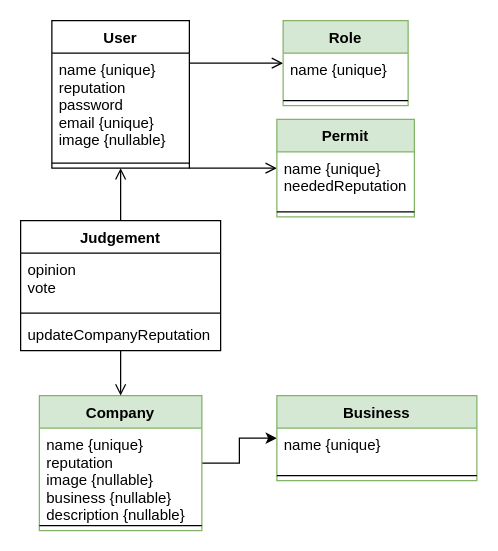
Earlier version of the draw.io diagram Design/Class diagram.drawio (alvaroscelza/Claims-and-Complaints). Source tidied: cells renumbered, new cells numbered last; positions are measured from the earlier drawing's top-left corner, leaving out a move shared by most shapes. Both pictures are drawn from the tidied source at 125%, with x=0, y=0 at pixel (20, 20).
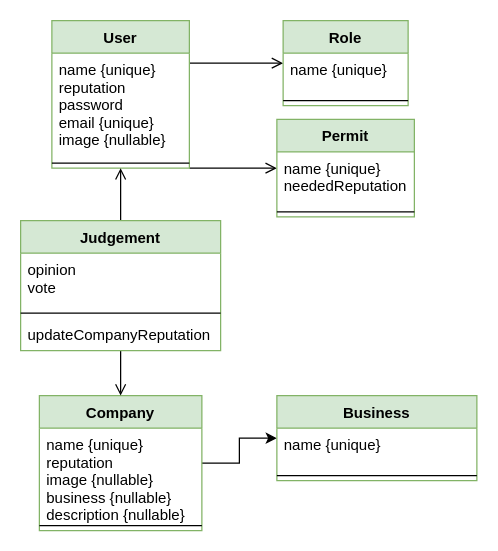
Above is the later version.

Commit message:
implemented all classes so far

Diff of the diagram source:
```diff
@@
-    <mxCell id="4" value="User" style="swimlane;fontStyle=1;align=center;verticalAlign=top;horizontal=1;startSize=26;" parent="1" vertex="1">
+    <mxCell id="4" value="User" style="swimlane;fontStyle=1;align=center;verticalAlign=top;horizontal=1;startSize=26;fillColor=#d5e8d4;strokeColor=#82b366;" parent="1" vertex="1">
       <mxGeometry x="25" width="110" height="118" as="geometry" />
     </mxCell>
@@
-    <mxCell id="16" value="Judgement" style="swimlane;fontStyle=1;align=center;verticalAlign=top;horizontal=1;startSize=26;" parent="1" vertex="1">
+    <mxCell id="16" value="Judgement" style="swimlane;fontStyle=1;align=center;verticalAlign=top;horizontal=1;startSize=26;fillColor=#d5e8d4;strokeColor=#82b366;" parent="1" vertex="1">
       <mxGeometry y="160" width="160" height="104" as="geometry" />
     </mxCell>
```
